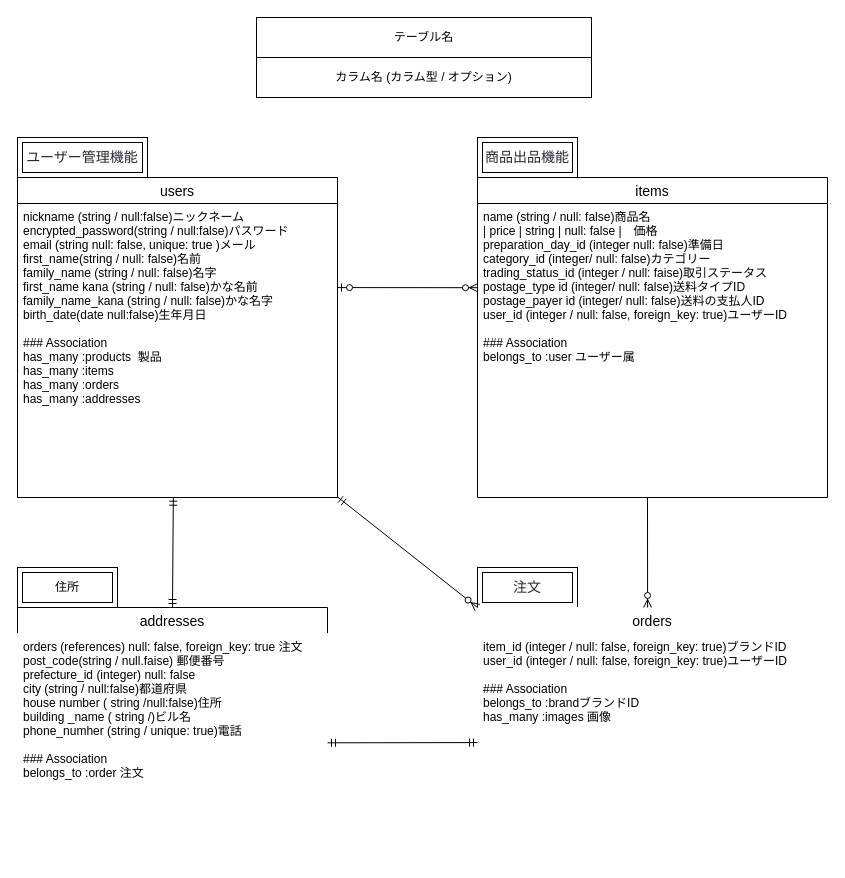
The draw.io diagram ER図.dio in mitsuonitta/furima-38914, before the edit. Source tidied: cells renumbered, new cells numbered last; positions are measured from the earlier drawing's top-left corner, leaving out a move shared by most shapes. Both pictures are drawn from the tidied source at 100%, with x=0, y=0 at pixel (17, 17).
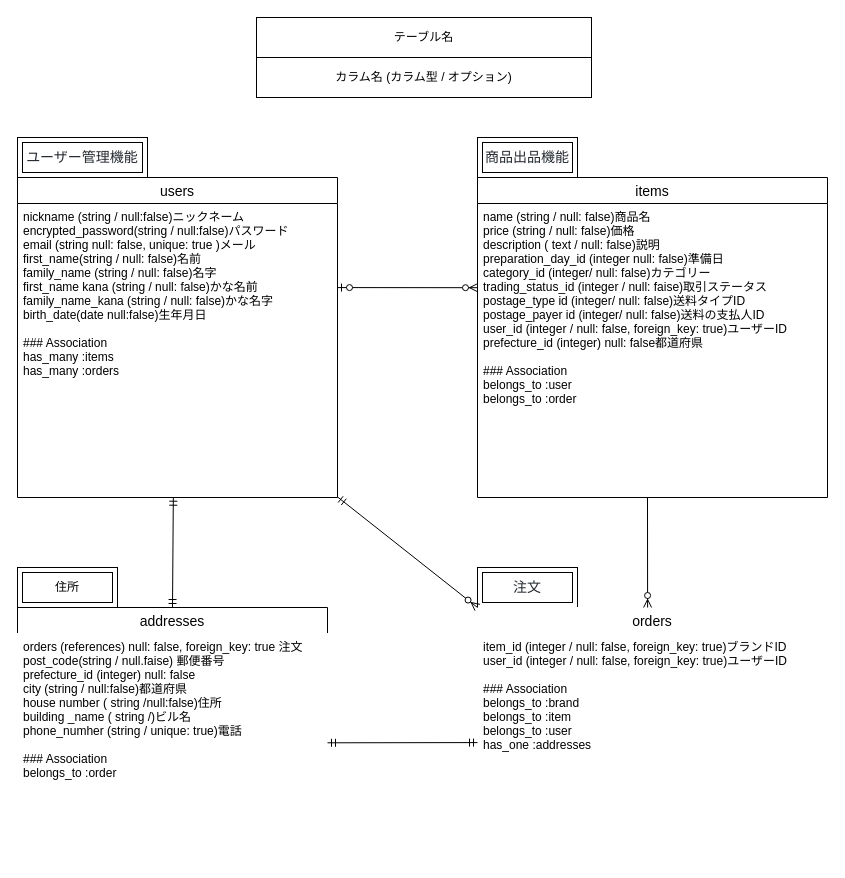
The same page after the edit.

Commit message (it also covers changes not shown here):
third commit custom06

Unchanged cells that the change refers to:
```xml
<mxCell id="2" value="users" style="swimlane;fontStyle=0;horizontal=1;startSize=26;align=center;fontSize=14;" parent="1" vertex="1">
  <mxGeometry y="160" width="320" height="320" as="geometry" />
</mxCell>
<mxCell id="4" value="items" style="swimlane;fontStyle=0;horizontal=1;startSize=26;align=center;fontSize=14;" parent="1" vertex="1">
  <mxGeometry x="460" y="160" width="350" height="320" as="geometry" />
</mxCell>
<mxCell id="12" value="addresses" style="swimlane;fontStyle=0;horizontal=1;startSize=26;align=center;fontSize=14;labelBackgroundColor=none;fontColor=default;" parent="1" vertex="1">
  <mxGeometry y="590" width="310" height="250" as="geometry" />
</mxCell>
<mxCell id="16" value="orders" style="swimlane;fontStyle=0;horizontal=1;startSize=26;align=center;fontSize=14;labelBackgroundColor=none;strokeColor=#FFFFFF;fontColor=default;" parent="1" vertex="1">
  <mxGeometry x="460" y="590" width="350" height="250" as="geometry" />
</mxCell>
```

The edit, as a diff of the source:
```diff
@@
-    <mxCell id="3" value="nickname (string / null:false)ニックネーム&#10;encrypted_password(string / null:false)パスワード&#10;email (string null: false, unique: true )メール&#10;first_name(string / null: false)名前&#10;family_name (string / null: false)名字&#10;first_name kana (string / null: false)かな名前&#10;family_name_kana (string / null: false)かな名字&#10;birth_date(date null:false)生年月日&#10;&#10;### Association&#10;has_many :products  製品&#10;has_many :items&#10;has_many :orders&#10;has_many :addresses&#10;" style="text;strokeColor=none;fillColor=none;spacingLeft=4;spacingRight=4;overflow=hidden;points=[[0,0.5],[1,0.5]];portConstraint=eastwest;fontSize=12;labelBackgroundColor=none;fontColor=default;" parent="2" vertex="1">
+    <mxCell id="3" value="nickname (string / null:false)ニックネーム&#10;encrypted_password(string / null:false)パスワード&#10;email (string null: false, unique: true )メール&#10;first_name(string / null: false)名前&#10;family_name (string / null: false)名字&#10;first_name kana (string / null: false)かな名前&#10;family_name_kana (string / null: false)かな名字&#10;birth_date(date null:false)生年月日&#10;&#10;### Association &#10;has_many :items&#10;has_many :orders&#10;" style="text;strokeColor=none;fillColor=none;spacingLeft=4;spacingRight=4;overflow=hidden;points=[[0,0.5],[1,0.5]];portConstraint=eastwest;fontSize=12;labelBackgroundColor=none;fontColor=default;" parent="2" vertex="1">
       <mxGeometry y="26" width="320" height="294" as="geometry" />
     </mxCell>
@@
-    <mxCell id="5" value="name (string / null: false)商品名&#10;| price         | string     | null: false                    |　価格&#10;preparation_day_id (integer null: false)準備日&#10;category_id (integer/ null: false)カテゴリー&#10;trading_status_id (integer / null: faise)取引ステータス&#10;postage_type id (integer/ null: false)送料タイプID&#10;postage_payer id (integer/ null: false)送料の支払人ID&#10;user_id (integer / null: false, foreign_key: true)ユーザーID&#10;&#10;### Association&#10;belongs_to :user ユーザー属" style="text;strokeColor=none;fillColor=none;spacingLeft=4;spacingRight=4;overflow=hidden;fontSize=12;" parent="4" vertex="1">
+    <mxCell id="5" value="name (string / null: false)商品名&#10;price (string / null: false)価格&#10;description ( text / null: false)説明&#10;preparation_day_id (integer null: false)準備日&#10;category_id (integer/ null: false)カテゴリー&#10;trading_status_id (integer / null: faise)取引ステータス&#10;postage_type id (integer/ null: false)送料タイプID&#10;postage_payer id (integer/ null: false)送料の支払人ID&#10;user_id (integer / null: false, foreign_key: true)ユーザーID&#10;prefecture_id (integer) null: false都道府県&#10;&#10;### Association&#10;belongs_to :user &#10;belongs_to :order　" style="text;strokeColor=none;fillColor=none;spacingLeft=4;spacingRight=4;overflow=hidden;fontSize=12;" parent="4" vertex="1">
       <mxGeometry y="26" width="350" height="294" as="geometry" />
     </mxCell>
@@
-    <mxCell id="13" value="orders (references) null: false, foreign_key: true 注文&#10;post_code(string / null.faise) 郵便番号&#10;prefecture_id (integer) null: false&#10;city (string / null:false)都道府県&#10;house number ( string /null:false)住所&#10;building _name ( string /)ビル名&#10;phone_numher (string / unique: true)電話&#10;&#10;### Association&#10;belongs_to :order 注文" style="text;strokeColor=#FFFFFF;fillColor=none;spacingLeft=4;spacingRight=4;overflow=hidden;points=[[0,0.5],[1,0.5]];portConstraint=eastwest;fontSize=12;labelBackgroundColor=none;fontColor=default;" parent="12" vertex="1">
+    <mxCell id="13" value="orders (references) null: false, foreign_key: true 注文&#10;post_code(string / null.faise) 郵便番号&#10;prefecture_id (integer) null: false&#10;city (string / null:false)都道府県&#10;house number ( string /null:false)住所&#10;building _name ( string /)ビル名&#10;phone_numher (string / unique: true)電話&#10;&#10;### Association&#10;belongs_to :order" style="text;strokeColor=#FFFFFF;fillColor=none;spacingLeft=4;spacingRight=4;overflow=hidden;points=[[0,0.5],[1,0.5]];portConstraint=eastwest;fontSize=12;labelBackgroundColor=none;fontColor=default;" parent="12" vertex="1">
       <mxGeometry y="26" width="310" height="224" as="geometry" />
     </mxCell>
@@
-    <mxCell id="17" value="item_id (integer / null: false, foreign_key: true)ブランドID&#10;user_id (integer / null: false, foreign_key: true)ユーザーID&#10;&#10;### Association&#10;belongs_to :brandブランドID&#10;has_many :images 画像&#10;" style="text;strokeColor=none;fillColor=none;spacingLeft=4;spacingRight=4;overflow=hidden;points=[[0,0.5],[1,0.5]];portConstraint=eastwest;fontSize=12;labelBackgroundColor=none;fontColor=default;" parent="16" vertex="1">
+    <mxCell id="17" value="item_id (integer / null: false, foreign_key: true)ブランドID&#10;user_id (integer / null: false, foreign_key: true)ユーザーID&#10;&#10;### Association&#10;belongs_to :brand&#10;belongs_to :item&#10;belongs_to :user&#10;has_one :addresses&#10;" style="text;strokeColor=none;fillColor=none;spacingLeft=4;spacingRight=4;overflow=hidden;points=[[0,0.5],[1,0.5]];portConstraint=eastwest;fontSize=12;labelBackgroundColor=none;fontColor=default;" parent="16" vertex="1">
       <mxGeometry y="26" width="350" height="224" as="geometry" />
     </mxCell>
```
